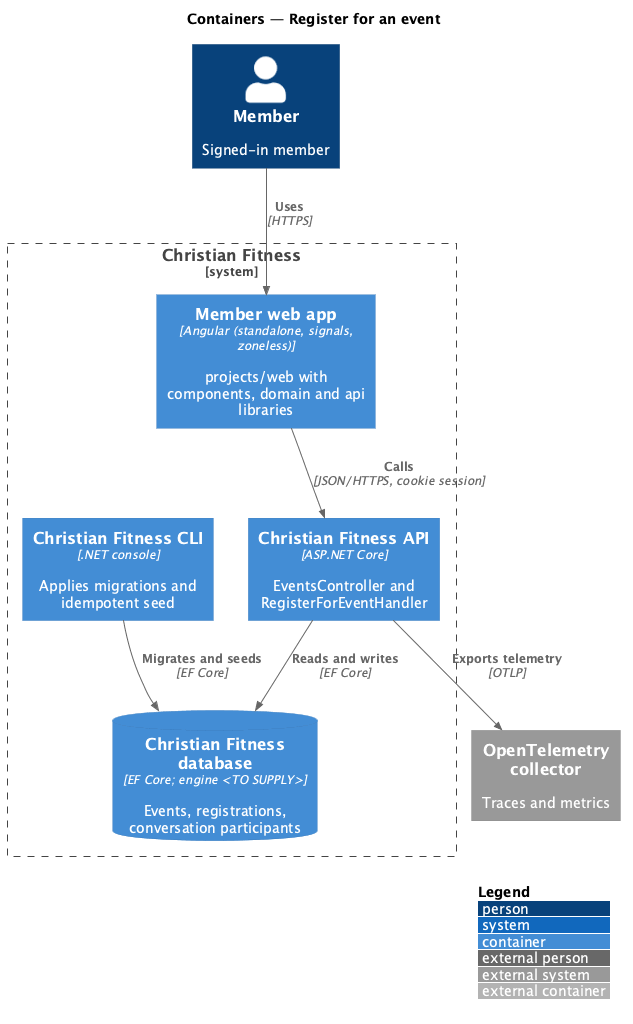
Above: docs/detailed-designs/events/register-for-event/diagrams/c4-container.png in QuinntyneBrown/christian-fitness (PlantUML), before the change.
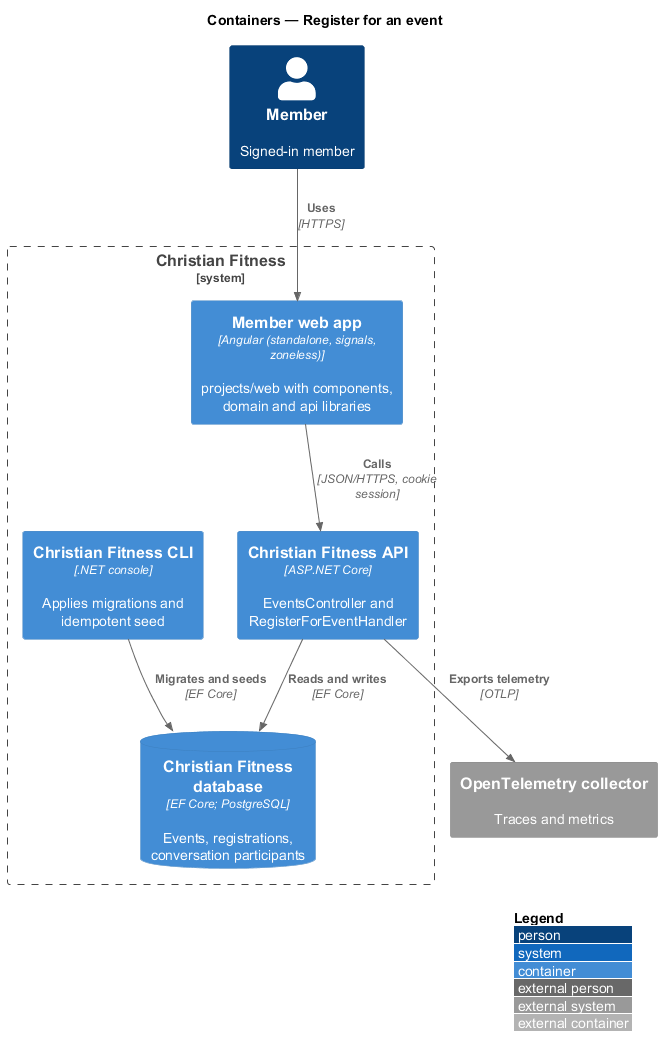
Above is the later version.

What changed in the source:
```diff
@@ -7,7 +7,7 @@
 System_Boundary(cf, "Christian Fitness") {
   Container(web, "Member web app", "Angular (standalone, signals, zoneless)", "projects/web with components, domain and api libraries")
   Container(api, "Christian Fitness API", "ASP.NET Core", "EventsController and RegisterForEventHandler")
-  ContainerDb(db, "Christian Fitness database", "EF Core; engine <TO SUPPLY>", "Events, registrations, conversation participants")
+  ContainerDb(db, "Christian Fitness database", "EF Core; PostgreSQL", "Events, registrations, conversation participants")
   Container(cli, "Christian Fitness CLI", ".NET console", "Applies migrations and idempotent seed")
 }
 System_Ext(otel, "OpenTelemetry collector", "Traces and metrics")
```
